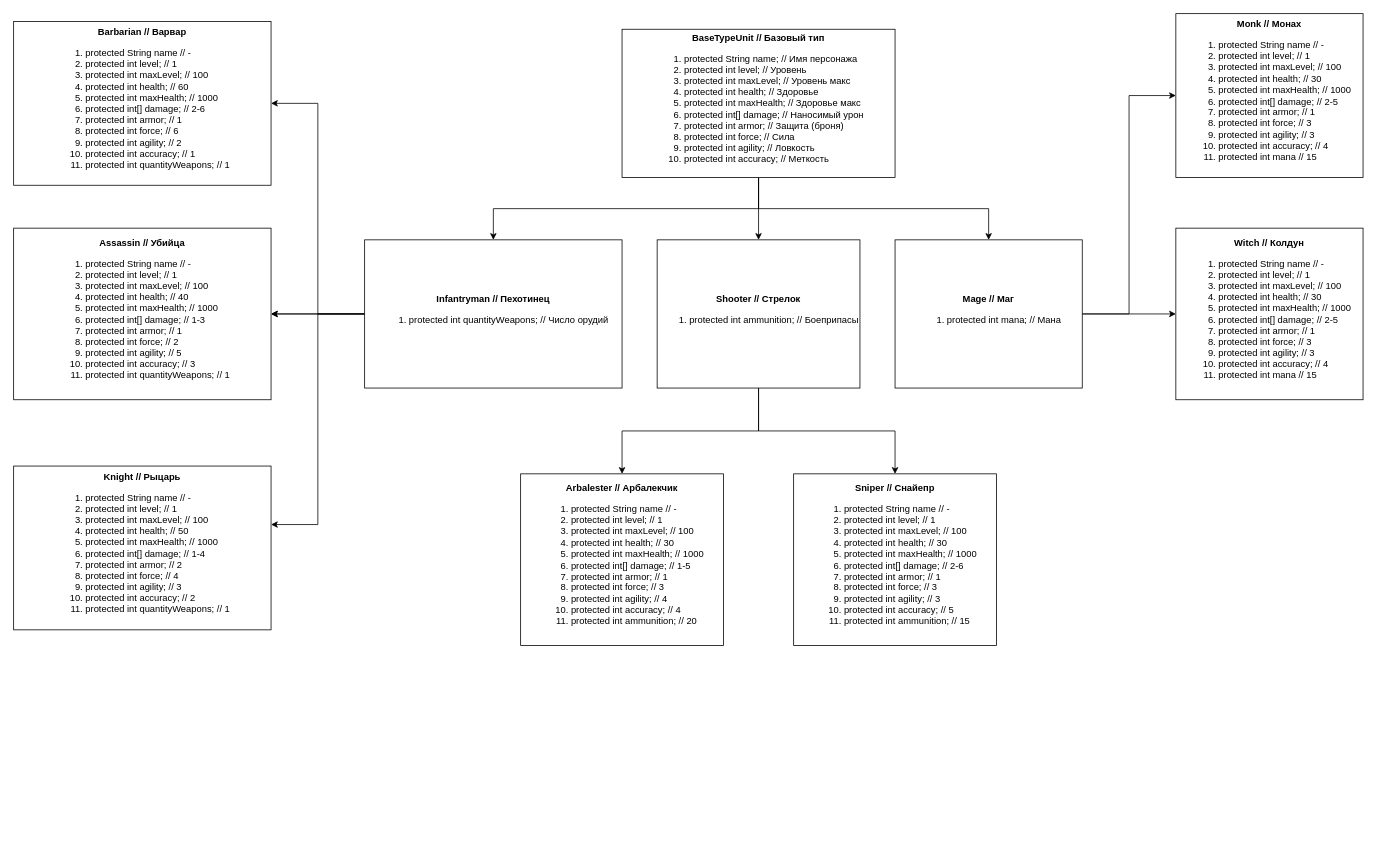
This is Game.drawio from JIupins/OOP_Java_Seminar_1, a draw.io file, before an edit. Source tidied: cells renumbered, new cells numbered last; positions are measured from the earlier drawing's top-left corner, leaving out a move shared by most shapes. Both pictures are drawn from the tidied source at 78%, with x=0, y=0 at pixel (13, 13).
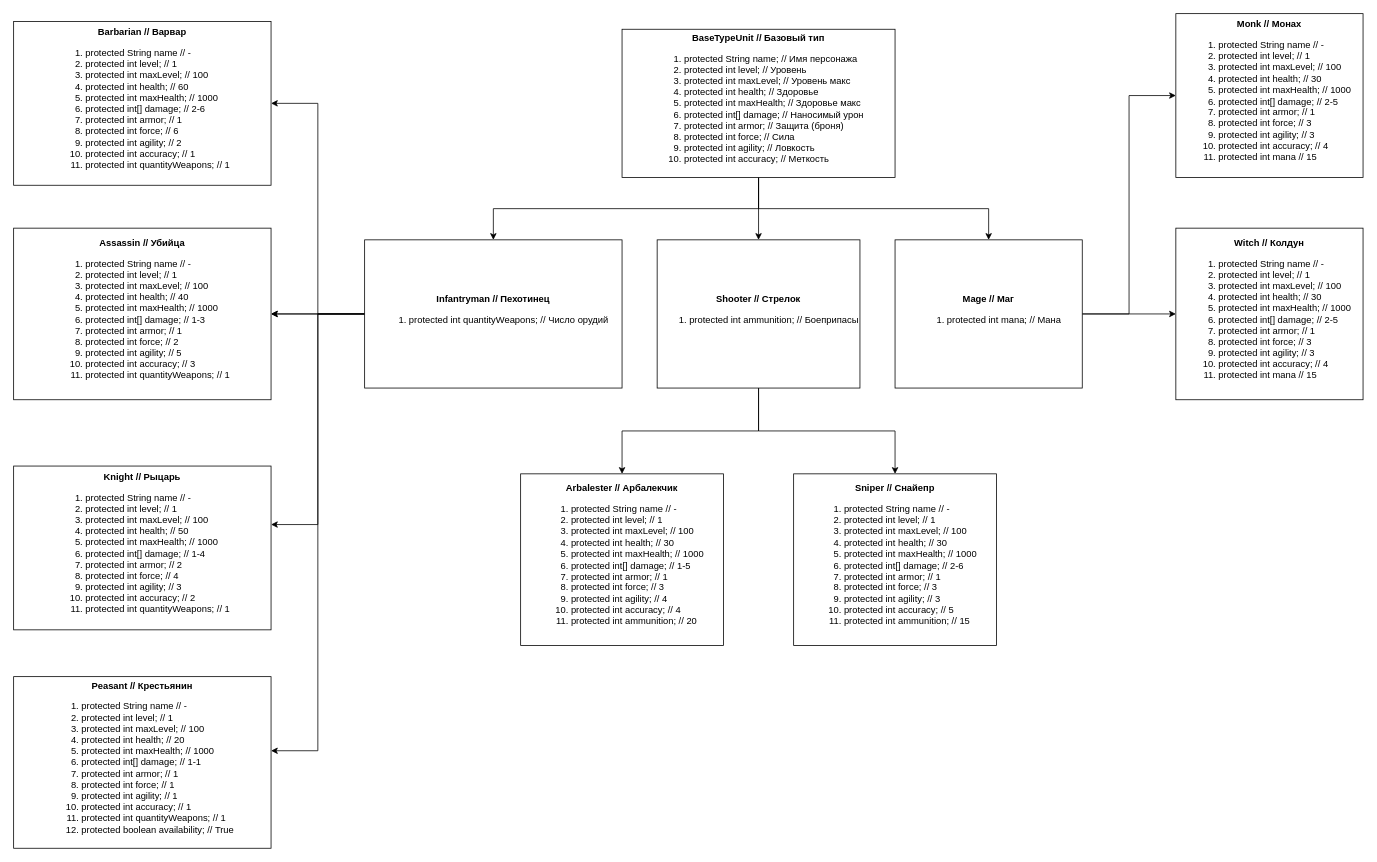
After the change.

The change refers to these unchanged cells:
```xml
<mxCell id="16" value="&lt;b&gt;Infantryman // Пехотинец&lt;/b&gt;&lt;br&gt;&lt;div&gt;&lt;ol&gt;&lt;li style=&quot;border-color: var(--border-color); text-align: left;&quot;&gt;protected int quantityWeapons; // Число орудий&lt;br&gt;&lt;/li&gt;&lt;/ol&gt;&lt;/div&gt;" style="rounded=0;whiteSpace=wrap;html=1;" parent="1" vertex="1">
  <mxGeometry x="450" y="290" width="330" height="190" as="geometry" />
</mxCell>
```

Diff of the diagram source:
```diff
@@
+    <mxCell id="24" style="edgeStyle=orthogonalEdgeStyle;rounded=0;jettySize=auto;html=1;" parent="1" edge="1" source="16" target="25">
+      <mxGeometry relative="1" as="geometry">
+        <Array as="points">
+          <mxPoint x="390" y="385" />
+          <mxPoint x="390" y="945" />
+        </Array>
+      </mxGeometry>
+    </mxCell>
@@
+    <mxCell id="25" value="&lt;b style=&quot;border-color: var(--border-color);&quot;&gt;Peasant // Крестьянин&lt;/b&gt;&lt;br style=&quot;border-color: var(--border-color);&quot;&gt;&lt;div style=&quot;border-color: var(--border-color);&quot;&gt;&lt;ol style=&quot;border-color: var(--border-color);&quot;&gt;&lt;li style=&quot;border-color: var(--border-color); text-align: left;&quot;&gt;protected String name // -&lt;/li&gt;&lt;li style=&quot;border-color: var(--border-color); text-align: left;&quot;&gt;protected int level; // 1&lt;/li&gt;&lt;li style=&quot;border-color: var(--border-color); text-align: left;&quot;&gt;protected int maxLevel; // 100&lt;/li&gt;&lt;li style=&quot;border-color: var(--border-color); text-align: left;&quot;&gt;protected int health; // 20&lt;/li&gt;&lt;li style=&quot;border-color: var(--border-color); text-align: left;&quot;&gt;protected int maxHealth; // 1000&lt;/li&gt;&lt;li style=&quot;border-color: var(--border-color); text-align: left;&quot;&gt;protected int[] damage; // 1-1&lt;/li&gt;&lt;li style=&quot;border-color: var(--border-color); text-align: left;&quot;&gt;protected int armor; // 1&lt;/li&gt;&lt;li style=&quot;border-color: var(--border-color); text-align: left;&quot;&gt;protected int force; // 1&lt;/li&gt;&lt;li style=&quot;border-color: var(--border-color); text-align: left;&quot;&gt;protected int agility; // 1&lt;/li&gt;&lt;li style=&quot;border-color: var(--border-color); text-align: left;&quot;&gt;protected int accuracy; // 1&lt;/li&gt;&lt;li style=&quot;border-color: var(--border-color); text-align: left;&quot;&gt;protected int quantityWeapons; // 1&lt;/li&gt;&lt;li style=&quot;border-color: var(--border-color); text-align: left;&quot;&gt;protected boolean availability; // True&lt;/li&gt;&lt;/ol&gt;&lt;/div&gt;" style="rounded=0;whiteSpace=wrap;html=1;" parent="1" vertex="1">
+      <mxGeometry y="850" width="330" height="220" as="geometry" />
+    </mxCell>
```
